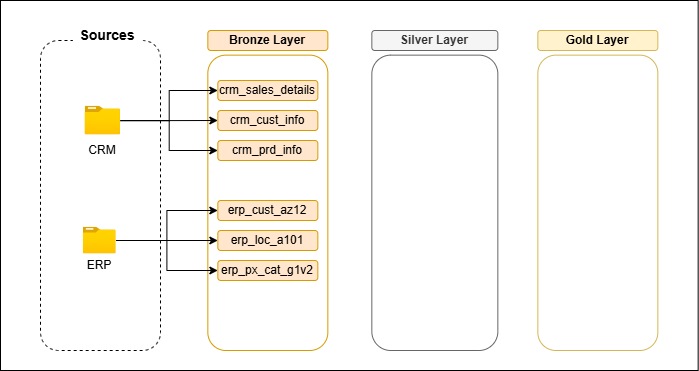
Before: docs/Diagrama sin título.drawio.png, a diagram exported from draw.io (JuanMurcia-999/SQL-Data-Warehouse). Source tidied: cells renumbered, new cells last; positions are measured from the earlier drawing's top-left corner, leaving out a move shared by most shapes.
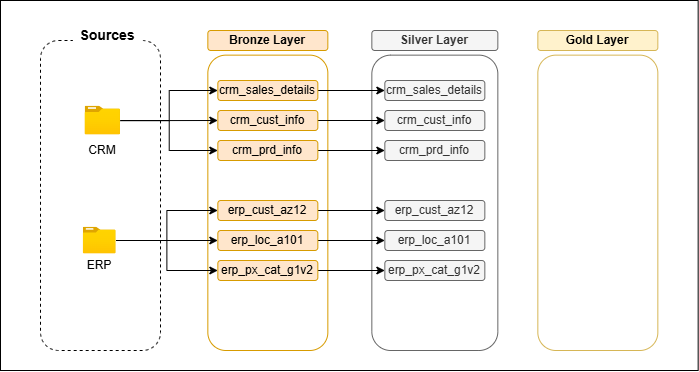
The same diagram one commit later.

Change to the diagram source:
```diff
@@ -59,23 +59,59 @@
     <mxCell id="20" style="image;html=1;points=[];align=center;fontSize=12;image=img/lib/azure2/general/Folder_Blank.svg;" parent="1" vertex="1">
       <mxGeometry x="82.8" y="226.7" width="32.7" height="26.6" as="geometry" />
     </mxCell>
+    <mxCell id="27" style="edgeStyle=orthogonalEdgeStyle;rounded=0;jettySize=auto;html=1;exitX=1;exitY=0.5;exitDx=0;exitDy=0;entryX=0;entryY=0.5;entryDx=0;entryDy=0;" parent="1" edge="1" source="21" target="33">
+      <mxGeometry relative="1" as="geometry" />
+    </mxCell>
     <mxCell id="21" value="crm_sales_details" style="rounded=1;whiteSpace=wrap;html=1;strokeColor=#d79b00;fillColor=#ffe6cc;" parent="1" vertex="1">
       <mxGeometry x="217.3" y="80" width="100" height="20" as="geometry" />
     </mxCell>
+    <mxCell id="28" style="edgeStyle=orthogonalEdgeStyle;rounded=0;jettySize=auto;html=1;exitX=1;exitY=0.5;exitDx=0;exitDy=0;entryX=0;entryY=0.5;entryDx=0;entryDy=0;" parent="1" edge="1" source="22" target="34">
+      <mxGeometry relative="1" as="geometry" />
+    </mxCell>
     <mxCell id="22" value="crm_cust_info" style="rounded=1;whiteSpace=wrap;html=1;strokeColor=#d79b00;fillColor=#ffe6cc;" parent="1" vertex="1">
       <mxGeometry x="217.3" y="110" width="100" height="20" as="geometry" />
     </mxCell>
+    <mxCell id="29" style="edgeStyle=orthogonalEdgeStyle;rounded=0;jettySize=auto;html=1;exitX=1;exitY=0.5;exitDx=0;exitDy=0;entryX=0;entryY=0.5;entryDx=0;entryDy=0;" parent="1" edge="1" source="23" target="35">
+      <mxGeometry relative="1" as="geometry" />
+    </mxCell>
     <mxCell id="23" value="crm_prd_info" style="rounded=1;whiteSpace=wrap;html=1;strokeColor=#d79b00;fillColor=#ffe6cc;" parent="1" vertex="1">
       <mxGeometry x="217.3" y="140" width="100" height="20" as="geometry" />
     </mxCell>
+    <mxCell id="30" style="edgeStyle=orthogonalEdgeStyle;rounded=0;jettySize=auto;html=1;exitX=1;exitY=0.5;exitDx=0;exitDy=0;entryX=0;entryY=0.5;entryDx=0;entryDy=0;" parent="1" edge="1" source="24" target="36">
+      <mxGeometry relative="1" as="geometry" />
+    </mxCell>
     <mxCell id="24" value="erp_cust_az12" style="rounded=1;whiteSpace=wrap;html=1;strokeColor=#d79b00;fillColor=#ffe6cc;" parent="1" vertex="1">
       <mxGeometry x="217.3" y="200" width="100" height="20" as="geometry" />
     </mxCell>
+    <mxCell id="31" style="edgeStyle=orthogonalEdgeStyle;rounded=0;jettySize=auto;html=1;exitX=1;exitY=0.5;exitDx=0;exitDy=0;entryX=0;entryY=0.5;entryDx=0;entryDy=0;" parent="1" edge="1" source="25" target="37">
+      <mxGeometry relative="1" as="geometry" />
+    </mxCell>
     <mxCell id="25" value="erp_loc_a101" style="rounded=1;whiteSpace=wrap;html=1;strokeColor=#d79b00;fillColor=#ffe6cc;" parent="1" vertex="1">
       <mxGeometry x="217.3" y="230" width="100" height="20" as="geometry" />
     </mxCell>
+    <mxCell id="32" style="edgeStyle=orthogonalEdgeStyle;rounded=0;jettySize=auto;html=1;exitX=1;exitY=0.5;exitDx=0;exitDy=0;entryX=0;entryY=0.5;entryDx=0;entryDy=0;" parent="1" edge="1" source="26" target="38">
+      <mxGeometry relative="1" as="geometry" />
+    </mxCell>
     <mxCell id="26" value="erp_px_cat_g1v2" style="rounded=1;whiteSpace=wrap;html=1;strokeColor=#d79b00;fillColor=#ffe6cc;" parent="1" vertex="1">
       <mxGeometry x="217.3" y="260" width="100" height="20" as="geometry" />
     </mxCell>
+    <mxCell id="33" value="crm_sales_details" style="rounded=1;whiteSpace=wrap;html=1;strokeColor=#666666;fillColor=#f5f5f5;fontColor=#333333;" parent="1" vertex="1">
+      <mxGeometry x="384.3" y="80" width="100" height="20" as="geometry" />
+    </mxCell>
+    <mxCell id="34" value="crm_cust_info" style="rounded=1;whiteSpace=wrap;html=1;strokeColor=#666666;fillColor=#f5f5f5;fontColor=#333333;" parent="1" vertex="1">
+      <mxGeometry x="384.3" y="110" width="100" height="20" as="geometry" />
+    </mxCell>
+    <mxCell id="35" value="crm_prd_info" style="rounded=1;whiteSpace=wrap;html=1;strokeColor=#666666;fillColor=#f5f5f5;fontColor=#333333;" parent="1" vertex="1">
+      <mxGeometry x="384.3" y="140" width="100" height="20" as="geometry" />
+    </mxCell>
+    <mxCell id="36" value="erp_cust_az12" style="rounded=1;whiteSpace=wrap;html=1;strokeColor=#666666;fillColor=#f5f5f5;fontColor=#333333;" parent="1" vertex="1">
+      <mxGeometry x="384.3" y="200" width="100" height="20" as="geometry" />
+    </mxCell>
+    <mxCell id="37" value="erp_loc_a101" style="rounded=1;whiteSpace=wrap;html=1;strokeColor=#666666;fillColor=#f5f5f5;fontColor=#333333;" parent="1" vertex="1">
+      <mxGeometry x="384.3" y="230" width="100" height="20" as="geometry" />
+    </mxCell>
+    <mxCell id="38" value="erp_px_cat_g1v2" style="rounded=1;whiteSpace=wrap;html=1;strokeColor=#666666;fillColor=#f5f5f5;fontColor=#333333;" parent="1" vertex="1">
+      <mxGeometry x="384.3" y="260" width="100" height="20" as="geometry" />
+    </mxCell>
   </root>
 </mxGraphModel>
```
